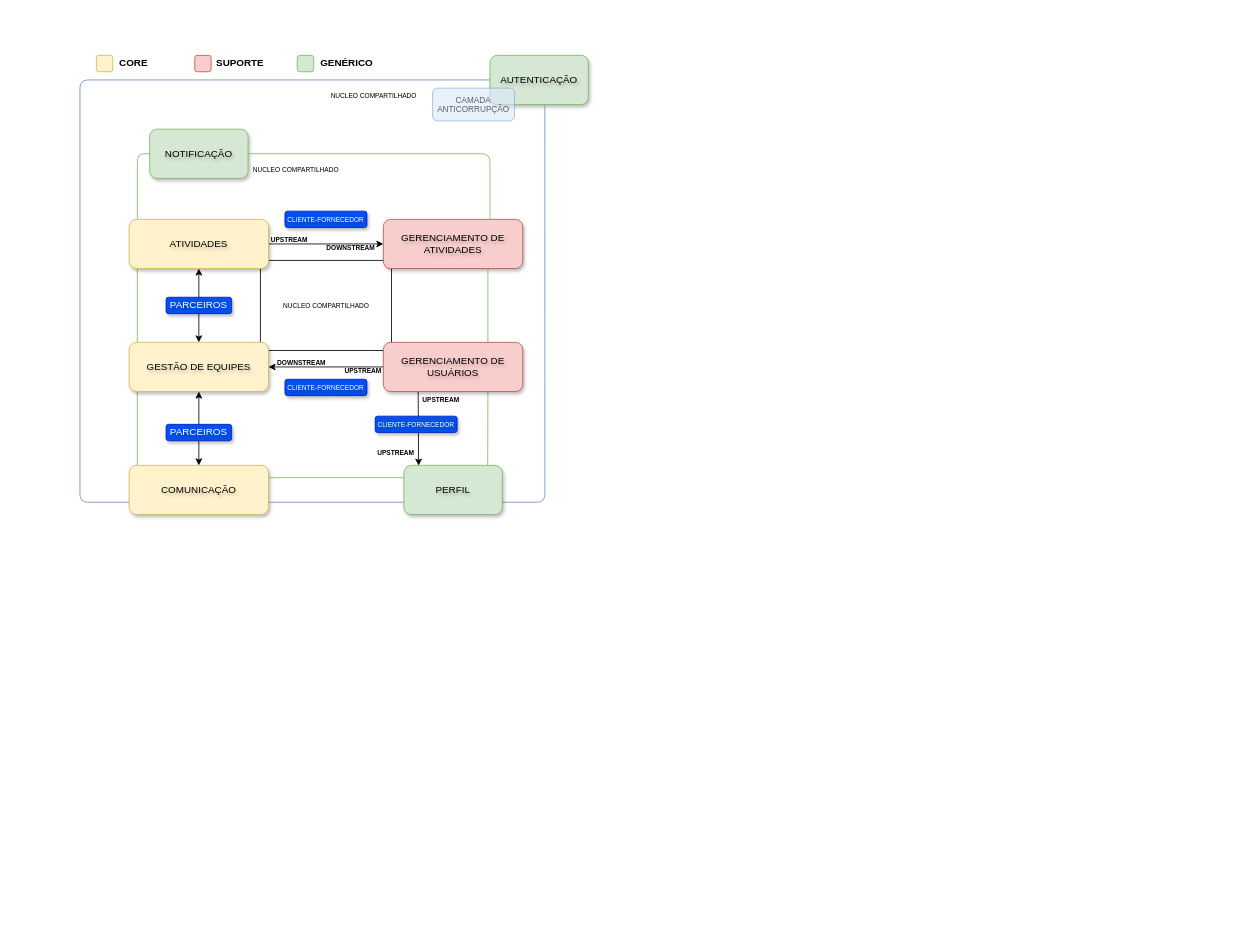
Earlier version of the draw.io diagram Diagrama sem nome.drawio (engPisa/fluxos). Source tidied: cells renumbered, new cells numbered last; positions are measured from the earlier drawing's top-left corner, leaving out a move shared by most shapes. Both pictures are drawn from the tidied source at 82%, with x=0, y=0 at pixel (80, 55).
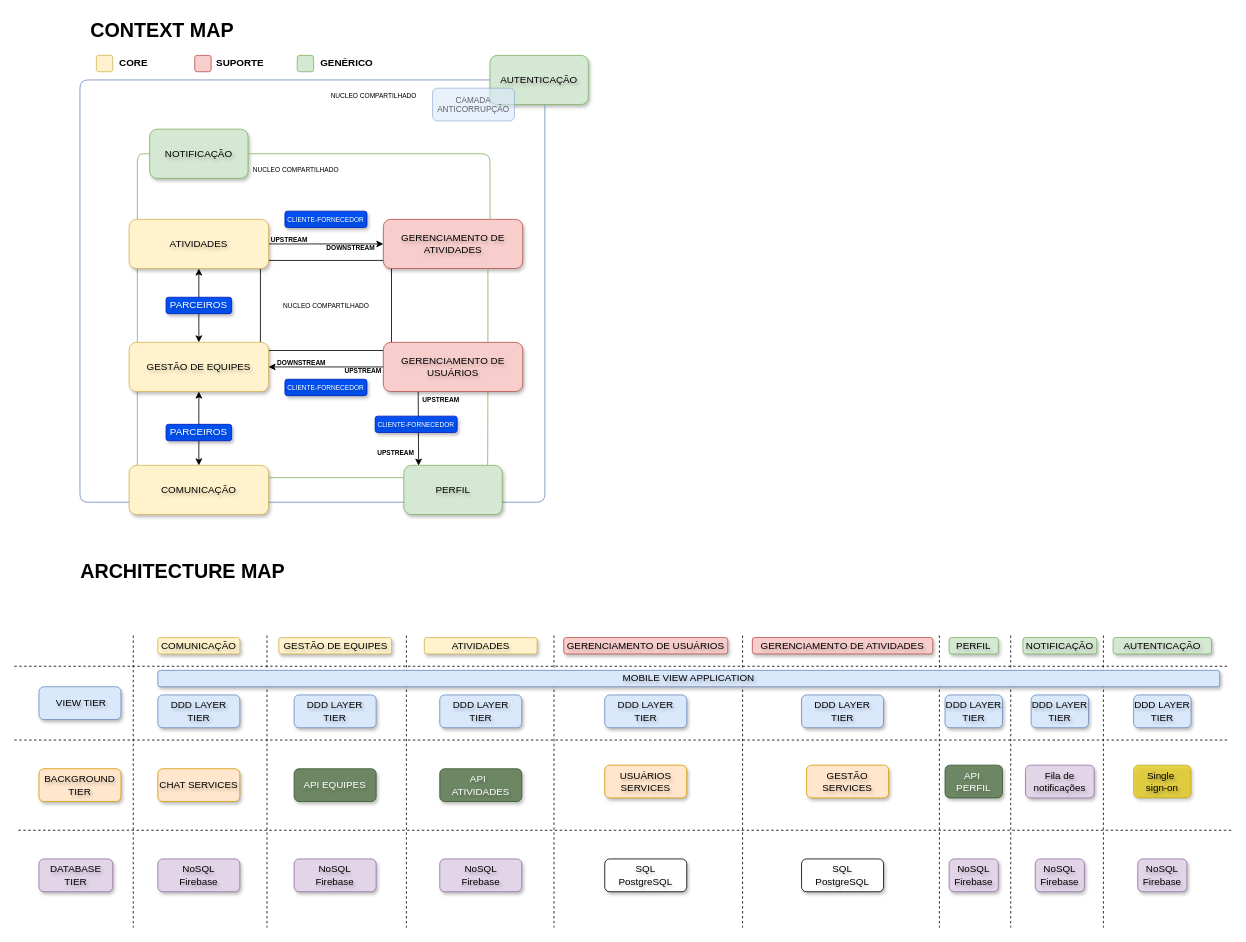
Above is the later version.

Commit message:
Add Architecture MAP

Change to the diagram source:
```diff
@@
+    <mxCell id="45" value="CONTEXT MAP" style="text;strokeColor=none;fillColor=none;html=1;fontSize=24;fontStyle=1;verticalAlign=middle;align=center;" parent="1" vertex="1">
+      <mxGeometry x="-10" y="-50" width="220" height="40" as="geometry" />
+    </mxCell>
+    <mxCell id="46" value="ARCHITECTURE MAP" style="text;strokeColor=none;fillColor=none;html=1;fontSize=24;fontStyle=1;verticalAlign=middle;align=center;" parent="1" vertex="1">
+      <mxGeometry x="-10" y="610" width="270" height="40" as="geometry" />
+    </mxCell>
+    <mxCell id="47" style="line;strokeWidth=1;html=1;dashed=1;" parent="1" vertex="1">
+      <mxGeometry x="-80" y="830" width="1480" height="10" as="geometry" />
+    </mxCell>
+    <mxCell id="48" style="line;strokeWidth=1;html=1;dashed=1;rotation=90;" parent="1" vertex="1">
+      <mxGeometry x="-113.1" y="880.6" width="356.2" height="10" as="geometry" />
+    </mxCell>
+    <mxCell id="49" value="COMUNICAÇÃO" style="rounded=1;whiteSpace=wrap;html=1;fillColor=#fff2cc;strokeColor=#d6b656;textShadow=1;labelBorderColor=none;labelBackgroundColor=none;shadow=1;" parent="1" vertex="1">
+      <mxGeometry x="95" y="710" width="100" height="20" as="geometry" />
+    </mxCell>
+    <mxCell id="50" value="GESTÃO DE EQUIPES" style="rounded=1;whiteSpace=wrap;html=1;fillColor=#fff2cc;strokeColor=#d6b656;textShadow=1;labelBorderColor=none;labelBackgroundColor=none;shadow=1;" parent="1" vertex="1">
+      <mxGeometry x="242.5" y="710" width="137.5" height="20" as="geometry" />
+    </mxCell>
+    <mxCell id="51" value="ATIVIDADES" style="rounded=1;whiteSpace=wrap;html=1;fillColor=#fff2cc;strokeColor=#d6b656;textShadow=1;labelBorderColor=none;labelBackgroundColor=none;shadow=1;" parent="1" vertex="1">
+      <mxGeometry x="420" y="710" width="137.5" height="20" as="geometry" />
+    </mxCell>
+    <mxCell id="52" value="GERENCIAMENTO DE USUÁRIOS" style="rounded=1;whiteSpace=wrap;html=1;fillColor=#f8cecc;strokeColor=#b85450;textShadow=1;labelBorderColor=none;labelBackgroundColor=none;shadow=1;" parent="1" vertex="1">
+      <mxGeometry x="590" y="710" width="200" height="20" as="geometry" />
+    </mxCell>
+    <mxCell id="53" value="GERENCIAMENTO DE ATIVIDADES" style="rounded=1;whiteSpace=wrap;html=1;fillColor=#f8cecc;strokeColor=#b85450;textShadow=1;labelBorderColor=none;labelBackgroundColor=none;shadow=1;" parent="1" vertex="1">
+      <mxGeometry x="820" y="710" width="220" height="20" as="geometry" />
+    </mxCell>
+    <mxCell id="54" value="PERFIL" style="rounded=1;whiteSpace=wrap;html=1;fillColor=#d5e8d4;strokeColor=#82b366;textShadow=1;labelBorderColor=none;labelBackgroundColor=none;shadow=1;" parent="1" vertex="1">
+      <mxGeometry x="1060" y="710" width="60" height="20" as="geometry" />
+    </mxCell>
+    <mxCell id="55" value="NOTIFICAÇÃO" style="rounded=1;whiteSpace=wrap;html=1;fillColor=#d5e8d4;strokeColor=#82b366;textShadow=1;labelBorderColor=none;labelBackgroundColor=none;shadow=1;" parent="1" vertex="1">
+      <mxGeometry x="1150" y="710" width="90" height="20" as="geometry" />
+    </mxCell>
+    <mxCell id="56" value="AUTENTICAÇÃO" style="rounded=1;whiteSpace=wrap;html=1;fillColor=#d5e8d4;strokeColor=#82b366;textShadow=1;labelBorderColor=none;labelBackgroundColor=none;shadow=1;" parent="1" vertex="1">
+      <mxGeometry x="1260" y="710" width="120" height="20" as="geometry" />
+    </mxCell>
+    <mxCell id="57" value="&amp;nbsp;VIEW TIER" style="rounded=1;whiteSpace=wrap;html=1;fillColor=#dae8fc;strokeColor=#6c8ebf;textShadow=1;labelBorderColor=none;labelBackgroundColor=none;shadow=1;" parent="1" vertex="1">
+      <mxGeometry x="-50" y="770" width="100" height="40" as="geometry" />
+    </mxCell>
+    <mxCell id="58" style="line;strokeWidth=1;html=1;dashed=1;" parent="1" vertex="1">
+      <mxGeometry x="-80" y="740" width="1480" height="10" as="geometry" />
+    </mxCell>
+    <mxCell id="59" value="BACKGROUND TIER" style="rounded=1;whiteSpace=wrap;html=1;fillColor=#ffe6cc;strokeColor=#d79b00;textShadow=1;labelBorderColor=none;labelBackgroundColor=none;shadow=1;" parent="1" vertex="1">
+      <mxGeometry x="-50" y="870" width="100" height="40" as="geometry" />
+    </mxCell>
+    <mxCell id="60" value="DATABASE TIER" style="rounded=1;whiteSpace=wrap;html=1;fillColor=#e1d5e7;strokeColor=#9673a6;textShadow=1;labelBorderColor=none;labelBackgroundColor=none;shadow=1;" parent="1" vertex="1">
+      <mxGeometry x="-50" y="980" width="90" height="40" as="geometry" />
+    </mxCell>
+    <mxCell id="61" style="line;strokeWidth=1;html=1;dashed=1;" parent="1" vertex="1">
+      <mxGeometry x="-75" y="940" width="1480" height="10" as="geometry" />
+    </mxCell>
+    <mxCell id="62" style="line;strokeWidth=1;html=1;dashed=1;rotation=90;" parent="1" vertex="1">
+      <mxGeometry x="50" y="880.6" width="356.2" height="10" as="geometry" />
+    </mxCell>
+    <mxCell id="63" style="line;strokeWidth=1;html=1;dashed=1;rotation=90;" parent="1" vertex="1">
+      <mxGeometry x="220" y="880.6" width="356.2" height="10" as="geometry" />
+    </mxCell>
+    <mxCell id="64" style="line;strokeWidth=1;html=1;dashed=1;rotation=90;" parent="1" vertex="1">
+      <mxGeometry x="400" y="880.6" width="356.2" height="10" as="geometry" />
+    </mxCell>
+    <mxCell id="65" style="line;strokeWidth=1;html=1;dashed=1;rotation=90;" parent="1" vertex="1">
+      <mxGeometry x="630" y="880.6" width="356.2" height="10" as="geometry" />
+    </mxCell>
+    <mxCell id="66" style="line;strokeWidth=1;html=1;dashed=1;rotation=90;" parent="1" vertex="1">
+      <mxGeometry x="870" y="880.6" width="356.2" height="10" as="geometry" />
+    </mxCell>
+    <mxCell id="67" style="line;strokeWidth=1;html=1;dashed=1;rotation=90;" parent="1" vertex="1">
+      <mxGeometry x="957" y="880.6" width="356.2" height="10" as="geometry" />
+    </mxCell>
+    <mxCell id="68" style="line;strokeWidth=1;html=1;dashed=1;rotation=90;" parent="1" vertex="1">
+      <mxGeometry x="1070" y="880.6" width="356.2" height="10" as="geometry" />
+    </mxCell>
+    <mxCell id="69" value="API EQUIPES" style="rounded=1;whiteSpace=wrap;html=1;fillColor=#6d8764;strokeColor=#3A5431;textShadow=1;labelBorderColor=none;labelBackgroundColor=none;shadow=1;fontColor=#ffffff;" parent="1" vertex="1">
+      <mxGeometry x="261.2" y="870" width="100" height="40" as="geometry" />
+    </mxCell>
+    <mxCell id="70" value="NoSQL&lt;br&gt;Firebase" style="rounded=1;whiteSpace=wrap;html=1;textShadow=1;labelBorderColor=none;labelBackgroundColor=none;shadow=1;fillColor=#e1d5e7;strokeColor=#9673a6;" parent="1" vertex="1">
+      <mxGeometry x="261.2" y="980" width="100" height="40" as="geometry" />
+    </mxCell>
+    <mxCell id="71" value="DDD LAYER TIER" style="rounded=1;whiteSpace=wrap;html=1;fillColor=#dae8fc;strokeColor=#6c8ebf;textShadow=1;labelBorderColor=none;labelBackgroundColor=none;shadow=1;" parent="1" vertex="1">
+      <mxGeometry x="261.2" y="780" width="100" height="40" as="geometry" />
+    </mxCell>
+    <mxCell id="72" value="DDD LAYER TIER" style="rounded=1;whiteSpace=wrap;html=1;fillColor=#dae8fc;strokeColor=#6c8ebf;textShadow=1;labelBorderColor=none;labelBackgroundColor=none;shadow=1;" parent="1" vertex="1">
+      <mxGeometry x="95" y="780" width="100" height="40" as="geometry" />
+    </mxCell>
+    <mxCell id="73" value="CHAT SERVICES" style="rounded=1;whiteSpace=wrap;html=1;fillColor=#ffe6cc;strokeColor=#d79b00;textShadow=1;labelBorderColor=none;labelBackgroundColor=none;shadow=1;" parent="1" vertex="1">
+      <mxGeometry x="95" y="870" width="100" height="40" as="geometry" />
+    </mxCell>
+    <mxCell id="74" value="NoSQL&lt;br&gt;Firebase" style="rounded=1;whiteSpace=wrap;html=1;fillColor=#e1d5e7;strokeColor=#9673a6;textShadow=1;labelBorderColor=none;labelBackgroundColor=none;shadow=1;" parent="1" vertex="1">
+      <mxGeometry x="95" y="980" width="100" height="40" as="geometry" />
+    </mxCell>
+    <mxCell id="75" value="API&amp;nbsp;&amp;nbsp;&lt;div&gt;ATIVIDADES&lt;/div&gt;" style="rounded=1;whiteSpace=wrap;html=1;fillColor=#6d8764;strokeColor=#3A5431;textShadow=1;labelBorderColor=none;labelBackgroundColor=none;shadow=1;fontColor=#ffffff;" parent="1" vertex="1">
+      <mxGeometry x="438.8" y="870" width="100" height="40" as="geometry" />
+    </mxCell>
+    <mxCell id="76" value="DDD LAYER TIER" style="rounded=1;whiteSpace=wrap;html=1;fillColor=#dae8fc;strokeColor=#6c8ebf;textShadow=1;labelBorderColor=none;labelBackgroundColor=none;shadow=1;" parent="1" vertex="1">
+      <mxGeometry x="438.8" y="780" width="100" height="40" as="geometry" />
+    </mxCell>
+    <mxCell id="77" value="NoSQL&lt;br&gt;Firebase" style="rounded=1;whiteSpace=wrap;html=1;fillColor=#e1d5e7;strokeColor=#9673a6;textShadow=1;labelBorderColor=none;labelBackgroundColor=none;shadow=1;" parent="1" vertex="1">
+      <mxGeometry x="438.8" y="980" width="100" height="40" as="geometry" />
+    </mxCell>
+    <mxCell id="78" value="DDD LAYER TIER" style="rounded=1;whiteSpace=wrap;html=1;fillColor=#dae8fc;strokeColor=#6c8ebf;textShadow=1;labelBorderColor=none;labelBackgroundColor=none;shadow=1;" parent="1" vertex="1">
+      <mxGeometry x="640" y="780" width="100" height="40" as="geometry" />
+    </mxCell>
+    <mxCell id="79" value="SQL&lt;br&gt;PostgreSQL" style="rounded=1;whiteSpace=wrap;html=1;textShadow=1;labelBorderColor=none;labelBackgroundColor=none;shadow=1;" parent="1" vertex="1">
+      <mxGeometry x="640" y="980" width="100" height="40" as="geometry" />
+    </mxCell>
+    <mxCell id="80" value="SQL&lt;br&gt;PostgreSQL" style="rounded=1;whiteSpace=wrap;html=1;textShadow=1;labelBorderColor=none;labelBackgroundColor=none;shadow=1;" parent="1" vertex="1">
+      <mxGeometry x="880" y="980" width="100" height="40" as="geometry" />
+    </mxCell>
+    <mxCell id="81" value="DDD LAYER TIER" style="rounded=1;whiteSpace=wrap;html=1;fillColor=#dae8fc;strokeColor=#6c8ebf;textShadow=1;labelBorderColor=none;labelBackgroundColor=none;shadow=1;" parent="1" vertex="1">
+      <mxGeometry x="880" y="780" width="100" height="40" as="geometry" />
+    </mxCell>
+    <mxCell id="82" value="MOBILE VIEW APPLICATION" style="rounded=1;whiteSpace=wrap;html=1;fillColor=#dae8fc;strokeColor=#6c8ebf;textShadow=1;labelBorderColor=none;labelBackgroundColor=none;shadow=1;" parent="1" vertex="1">
+      <mxGeometry x="95" y="750" width="1295" height="20" as="geometry" />
+    </mxCell>
+    <mxCell id="83" value="NoSQL&lt;br&gt;Firebase" style="rounded=1;whiteSpace=wrap;html=1;fillColor=#e1d5e7;strokeColor=#9673a6;textShadow=1;labelBorderColor=none;labelBackgroundColor=none;shadow=1;" parent="1" vertex="1">
+      <mxGeometry x="1060" y="980" width="60" height="40" as="geometry" />
+    </mxCell>
+    <mxCell id="84" value="GESTÃO SERVICES" style="rounded=1;whiteSpace=wrap;html=1;fillColor=#ffe6cc;strokeColor=#d79b00;textShadow=1;labelBorderColor=none;labelBackgroundColor=none;shadow=1;" parent="1" vertex="1">
+      <mxGeometry x="886.2" y="865.6" width="100" height="40" as="geometry" />
+    </mxCell>
+    <mxCell id="85" value="USUÁRIOS&lt;div&gt;SERVICES&lt;/div&gt;" style="rounded=1;whiteSpace=wrap;html=1;fillColor=#ffe6cc;strokeColor=#d79b00;textShadow=1;labelBorderColor=none;labelBackgroundColor=none;shadow=1;" parent="1" vertex="1">
+      <mxGeometry x="640" y="865.6" width="100" height="40" as="geometry" />
+    </mxCell>
+    <mxCell id="86" value="API&amp;nbsp;&lt;div&gt;PERFIL&lt;/div&gt;" style="rounded=1;whiteSpace=wrap;html=1;fillColor=#6d8764;strokeColor=#3A5431;textShadow=1;labelBorderColor=none;labelBackgroundColor=none;shadow=1;fontColor=#ffffff;" parent="1" vertex="1">
+      <mxGeometry x="1055" y="865.6" width="70" height="40" as="geometry" />
+    </mxCell>
+    <mxCell id="87" value="DDD LAYER TIER" style="rounded=1;whiteSpace=wrap;html=1;fillColor=#dae8fc;strokeColor=#6c8ebf;textShadow=1;labelBorderColor=none;labelBackgroundColor=none;shadow=1;" parent="1" vertex="1">
+      <mxGeometry x="1055" y="780" width="70" height="40" as="geometry" />
+    </mxCell>
+    <mxCell id="88" value="DDD LAYER TIER" style="rounded=1;whiteSpace=wrap;html=1;fillColor=#dae8fc;strokeColor=#6c8ebf;textShadow=1;labelBorderColor=none;labelBackgroundColor=none;shadow=1;" parent="1" vertex="1">
+      <mxGeometry x="1160" y="780" width="70" height="40" as="geometry" />
+    </mxCell>
+    <mxCell id="89" value="Fila de notificações" style="rounded=1;whiteSpace=wrap;html=1;fillColor=#e1d5e7;strokeColor=#9673a6;textShadow=1;labelBorderColor=none;labelBackgroundColor=none;shadow=1;" parent="1" vertex="1">
+      <mxGeometry x="1153.1" y="865.6" width="83.8" height="40" as="geometry" />
+    </mxCell>
+    <mxCell id="90" value="NoSQL&lt;br&gt;Firebase" style="rounded=1;whiteSpace=wrap;html=1;fillColor=#e1d5e7;strokeColor=#9673a6;textShadow=1;labelBorderColor=none;labelBackgroundColor=none;shadow=1;" parent="1" vertex="1">
+      <mxGeometry x="1165" y="980" width="60" height="40" as="geometry" />
+    </mxCell>
+    <mxCell id="91" value="Single&amp;nbsp;&lt;div&gt;sign-on&lt;/div&gt;" style="rounded=1;whiteSpace=wrap;html=1;fillColor=#e3c800;strokeColor=#B09500;textShadow=1;labelBorderColor=none;labelBackgroundColor=none;shadow=1;fontColor=#000000;opacity=70;" parent="1" vertex="1">
+      <mxGeometry x="1285" y="865.6" width="70" height="40" as="geometry" />
+    </mxCell>
+    <mxCell id="92" value="NoSQL&lt;br&gt;Firebase" style="rounded=1;whiteSpace=wrap;html=1;fillColor=#e1d5e7;strokeColor=#9673a6;textShadow=1;labelBorderColor=none;labelBackgroundColor=none;shadow=1;" parent="1" vertex="1">
+      <mxGeometry x="1290" y="980" width="60" height="40" as="geometry" />
+    </mxCell>
+    <mxCell id="93" value="DDD LAYER TIER" style="rounded=1;whiteSpace=wrap;html=1;fillColor=#dae8fc;strokeColor=#6c8ebf;textShadow=1;labelBorderColor=none;labelBackgroundColor=none;shadow=1;" parent="1" vertex="1">
+      <mxGeometry x="1285" y="780" width="70" height="40" as="geometry" />
+    </mxCell>
```
